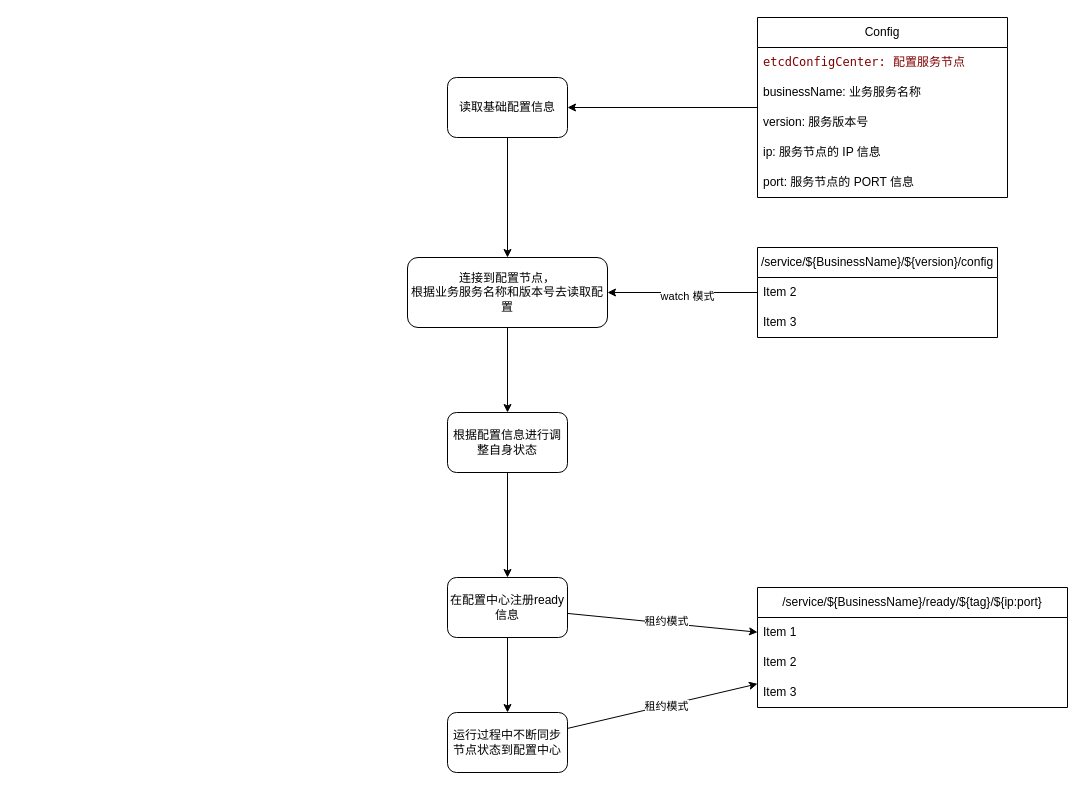
This is _docs/architect/loadConfig_updateState.drawio from ruandao/distribute-im-gateway, a draw.io file, before an edit. Source tidied: cells renumbered, new cells numbered last; positions are measured from the earlier drawing's top-left corner, leaving out a move shared by most shapes. Both pictures are drawn from the tidied source at 100%, with x=0, y=0 at pixel (407, 17).
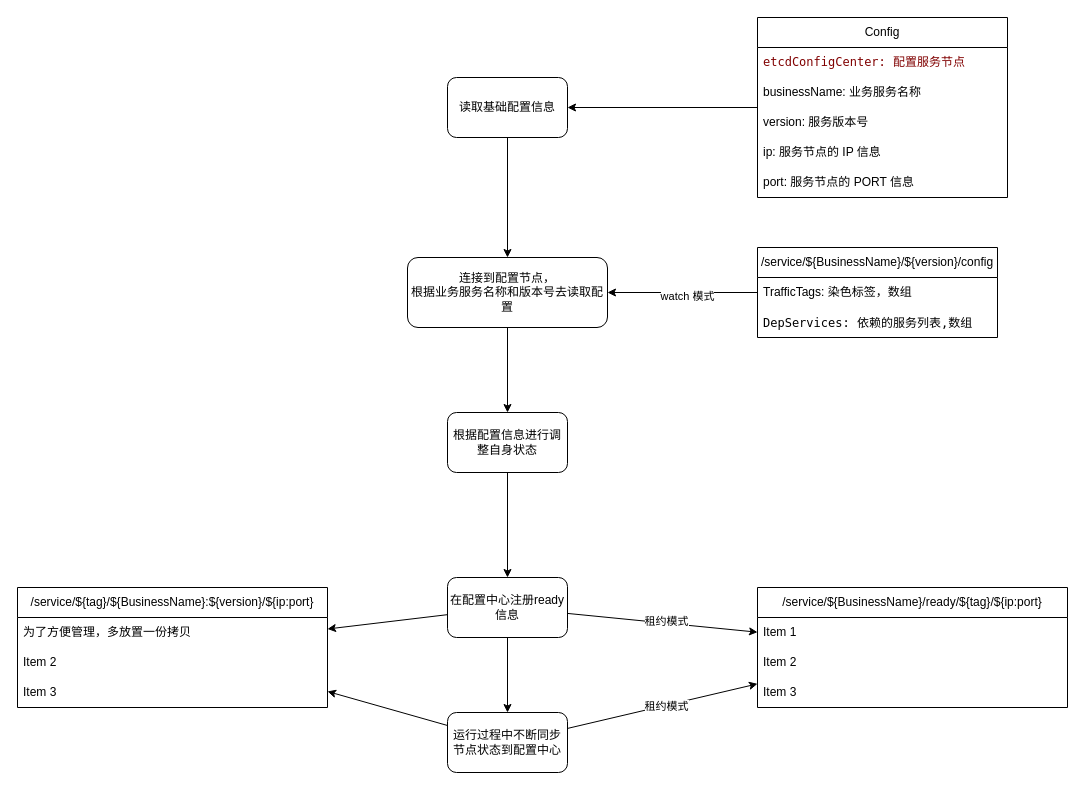
After the change.

The change refers to these unchanged cells:
```xml
<mxCell id="18" value="在配置中心注册ready信息" style="whiteSpace=wrap;html=1;rounded=1;" parent="1" vertex="1">
  <mxGeometry x="40" y="560" width="120" height="60" as="geometry" />
</mxCell>
<mxCell id="21" value="/service/${BusinessName}/${version}/config" style="swimlane;fontStyle=0;horizontal=1;startSize=30;whiteSpace=wrap;html=1;" parent="1" vertex="1">
  <mxGeometry x="350" y="230" width="240" height="90" as="geometry" />
</mxCell>
<mxCell id="30" value="运行过程中不断同步节点状态到配置中心" style="whiteSpace=wrap;html=1;rounded=1;" parent="1" vertex="1">
  <mxGeometry x="40" y="695" width="120" height="60" as="geometry" />
</mxCell>
```

Change to the diagram source:
```diff
@@
+    <mxCell id="31" style="edgeStyle=none;html=1;" parent="1" edge="1" source="18" target="33">
+      <mxGeometry relative="1" as="geometry" />
+    </mxCell>
@@
-    <mxCell id="22" value="Item 2" style="text;strokeColor=none;fillColor=none;align=left;verticalAlign=middle;spacingLeft=4;spacingRight=4;overflow=hidden;whiteSpace=wrap;html=1;" parent="21" vertex="1">
+    <mxCell id="22" value="TrafficTags: 染色标签，数组" style="text;strokeColor=none;fillColor=none;align=left;verticalAlign=middle;spacingLeft=4;spacingRight=4;overflow=hidden;whiteSpace=wrap;html=1;" parent="21" vertex="1">
       <mxGeometry y="30" width="240" height="30" as="geometry" />
     </mxCell>
-    <mxCell id="23" value="Item 3" style="text;strokeColor=none;fillColor=none;align=left;verticalAlign=middle;spacingLeft=4;spacingRight=4;overflow=hidden;whiteSpace=wrap;html=1;" parent="21" vertex="1">
+    <mxCell id="23" value="&lt;div style=&quot;color: rgb(0, 0, 0); background-color: rgb(255, 255, 255); font-family: Menlo, Monaco, &amp;quot;Courier New&amp;quot;, monospace; line-height: 18px; white-space: pre;&quot;&gt;&lt;span style=&quot;color: rgb(0, 0, 0);&quot;&gt;DepServices: 依赖的服务列表,数组&lt;/span&gt;&lt;/div&gt;" style="text;strokeColor=none;fillColor=none;align=left;verticalAlign=middle;spacingLeft=4;spacingRight=4;overflow=hidden;whiteSpace=wrap;html=1;" parent="21" vertex="1">
       <mxGeometry y="60" width="240" height="30" as="geometry" />
     </mxCell>
@@
+    <mxCell id="32" style="edgeStyle=none;html=1;" parent="1" edge="1" source="30" target="33">
+      <mxGeometry relative="1" as="geometry" />
+    </mxCell>
@@
+    <mxCell id="33" value="&lt;span style=&quot;color: rgb(0, 0, 0);&quot;&gt;/service/${tag}/${BusinessName}:${version}/${ip:port}&lt;/span&gt;" style="swimlane;fontStyle=0;horizontal=1;startSize=30;whiteSpace=wrap;html=1;" parent="1" vertex="1">
+      <mxGeometry x="-390" y="570" width="310" height="120" as="geometry" />
+    </mxCell>
+    <mxCell id="34" value="为了方便管理，多放置一份拷贝" style="text;strokeColor=none;fillColor=none;align=left;verticalAlign=middle;spacingLeft=4;spacingRight=4;overflow=hidden;whiteSpace=wrap;html=1;" parent="33" vertex="1">
+      <mxGeometry y="30" width="310" height="30" as="geometry" />
+    </mxCell>
+    <mxCell id="35" value="Item 2" style="text;strokeColor=none;fillColor=none;align=left;verticalAlign=middle;spacingLeft=4;spacingRight=4;overflow=hidden;whiteSpace=wrap;html=1;" parent="33" vertex="1">
+      <mxGeometry y="60" width="310" height="30" as="geometry" />
+    </mxCell>
+    <mxCell id="36" value="Item 3" style="text;strokeColor=none;fillColor=none;align=left;verticalAlign=middle;spacingLeft=4;spacingRight=4;overflow=hidden;whiteSpace=wrap;html=1;" parent="33" vertex="1">
+      <mxGeometry y="90" width="310" height="30" as="geometry" />
+    </mxCell>
```
